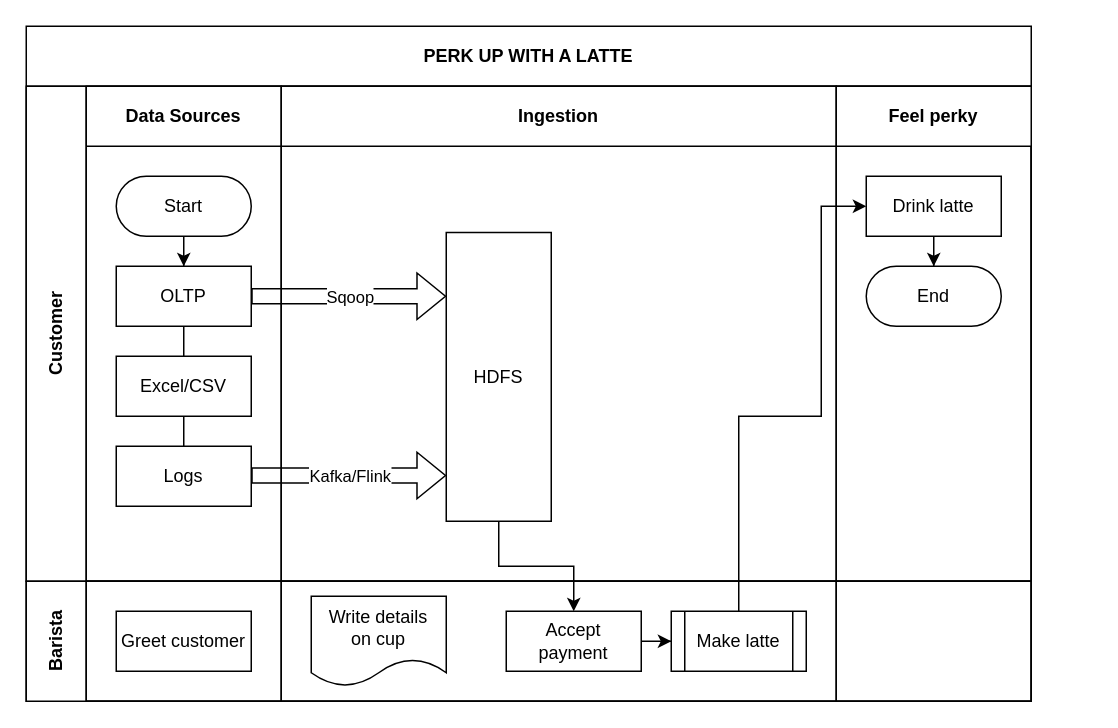
This is page "Page-1" (1 of 2) of Untitled Diagram.drawio from uyennt01/Project1, a draw.io file, before an edit. Source tidied: cells renumbered, new cells numbered last; positions are measured from the earlier drawing's top-left corner, leaving out a move shared by most shapes. Both pictures are drawn from the tidied source at 150%, with x=0, y=0 at pixel (26, 26).
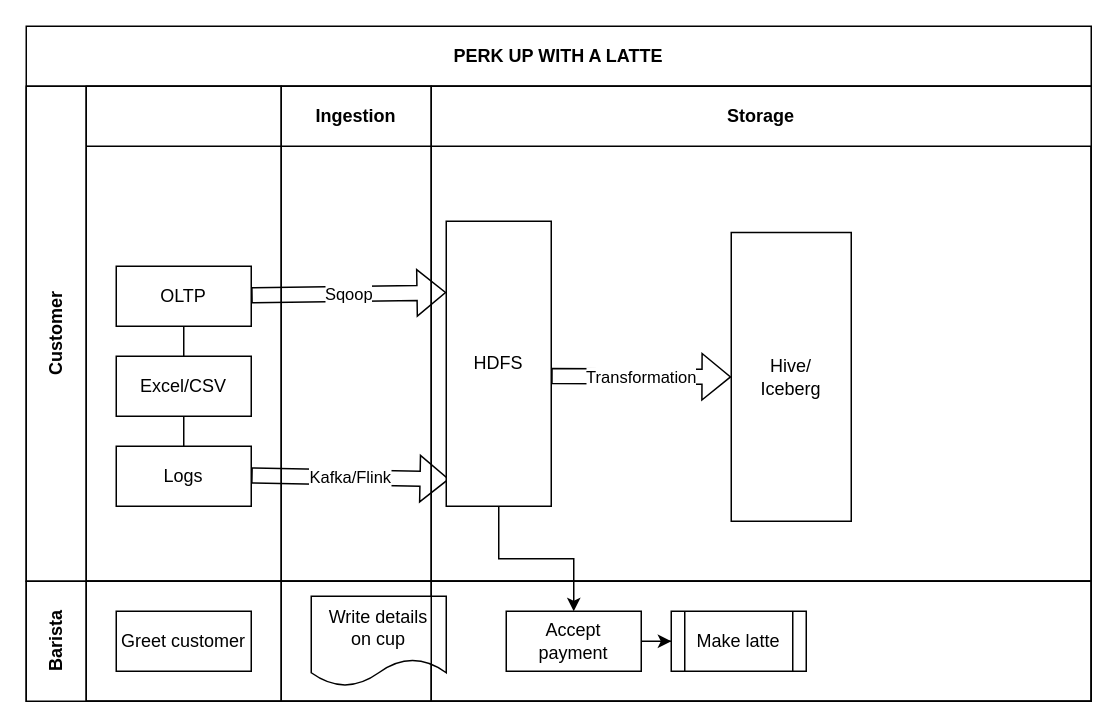
Above is the later version.

The change refers to these unchanged cells:
```xml
<mxCell id="7" value="OLTP" style="rounded=0;whiteSpace=wrap;html=1;" parent="4" vertex="1">
  <mxGeometry x="20" y="120" width="90" height="40" as="geometry" />
</mxCell>
<mxCell id="27" value="Make latte" style="shape=process;whiteSpace=wrap;html=1;backgroundOutline=1;" parent="23" vertex="1">
  <mxGeometry x="260" y="20" width="90" height="40" as="geometry" />
</mxCell>
```

Change to the diagram source:
```diff
@@
     <mxCell id="2" value="PERK UP WITH A LATTE" style="shape=table;childLayout=tableLayout;rowLines=0;columnLines=0;startSize=40;html=1;whiteSpace=wrap;fontStyle=1;" parent="1" vertex="1">
-      <mxGeometry width="670" height="450" as="geometry" />
+      <mxGeometry width="710" height="450" as="geometry" />
     </mxCell>
     <mxCell id="3" value="Customer" style="swimlane;horizontal=0;startSize=40;html=1;whiteSpace=wrap;" parent="2" vertex="1">
-      <mxGeometry y="40" width="670" height="330" as="geometry" />
+      <mxGeometry y="40" width="710" height="330" as="geometry" />
     </mxCell>
-    <mxCell id="4" value="Data Sources" style="swimlane;startSize=40;html=1;whiteSpace=wrap;" parent="3" vertex="1">
+    <mxCell id="4" style="swimlane;startSize=40;html=1;whiteSpace=wrap;" parent="3" vertex="1">
       <mxGeometry x="40" width="130" height="330" as="geometry" />
     </mxCell>
-    <mxCell id="5" style="edgeStyle=orthogonalEdgeStyle;rounded=0;jettySize=auto;html=1;" parent="4" edge="1" source="6" target="7">
-      <mxGeometry relative="1" as="geometry" />
-    </mxCell>
-    <mxCell id="6" value="Start" style="rounded=1;whiteSpace=wrap;html=1;arcSize=50;" parent="4" vertex="1">
-      <mxGeometry x="20" y="60" width="90" height="40" as="geometry" />
-    </mxCell>
@@
+    <mxCell id="33" style="endArrow=classic;html=1;rounded=0;strokeColor=default;strokeWidth=1;shape=flexArrow;entryX=0.029;entryY=0.905;entryDx=0;entryDy=0;entryPerimeter=0;" parent="4" edge="1" target="13">
+      <mxGeometry relative="1" as="geometry">
+        <mxPoint x="110" y="259.5" as="sourcePoint" />
+      </mxGeometry>
+    </mxCell>
+    <mxCell id="15" value="Kafka/Flink" style="edgeLabel;html=1;align=center;verticalAlign=middle;" parent="33" vertex="1">
+      <mxGeometry relative="1" as="geometry" />
+    </mxCell>
     <mxCell id="12" value="Ingestion" style="swimlane;startSize=40;html=1;whiteSpace=wrap;" parent="3" vertex="1">
-      <mxGeometry x="170" width="370" height="330" as="geometry" />
+      <mxGeometry x="170" width="100" height="330" as="geometry" />
     </mxCell>
+    <mxCell id="34" value="&lt;div&gt;Hive/&lt;/div&gt;&lt;div&gt;Iceberg&lt;/div&gt;" style="rounded=0;whiteSpace=wrap;html=1;" parent="12" vertex="1">
+      <mxGeometry x="300" y="97.5" width="80" height="192.5" as="geometry" />
+    </mxCell>
+    <mxCell id="35" style="endArrow=classic;html=1;rounded=0;strokeColor=default;strokeWidth=1;shape=flexArrow;entryX=0;entryY=0.5;entryDx=0;entryDy=0;" parent="12" edge="1" target="34">
+      <mxGeometry relative="1" as="geometry">
+        <mxPoint x="180" y="193.2" as="sourcePoint" />
+      </mxGeometry>
+    </mxCell>
+    <mxCell id="36" value="Transformation" style="edgeLabel;html=1;align=center;verticalAlign=middle;" parent="35" vertex="1">
+      <mxGeometry relative="1" as="geometry" />
+    </mxCell>
+    <mxCell id="16" value="Storage" style="swimlane;startSize=40;html=1;whiteSpace=wrap;" parent="3" vertex="1">
+      <mxGeometry x="270" width="440" height="330" as="geometry" />
+    </mxCell>
-    <mxCell id="13" value="HDFS" style="rounded=0;whiteSpace=wrap;html=1;" parent="12" vertex="1">
-      <mxGeometry x="110" y="97.5" width="70" height="192.5" as="geometry" />
+    <mxCell id="13" value="HDFS" style="rounded=0;whiteSpace=wrap;html=1;" parent="16" vertex="1">
+      <mxGeometry x="10" y="90" width="70" height="190" as="geometry" />
     </mxCell>
-    <mxCell id="14" style="endArrow=classic;html=1;rounded=0;strokeColor=default;strokeWidth=1;shape=flexArrow;" parent="12" edge="1">
-      <mxGeometry relative="1" as="geometry">
-        <mxPoint x="-20" y="259.5" as="sourcePoint" />
-        <mxPoint x="110" y="259.5" as="targetPoint" />
-      </mxGeometry>
-    </mxCell>
-    <mxCell id="15" value="Kafka/Flink" style="edgeLabel;html=1;align=center;verticalAlign=middle;" parent="14" vertex="1">
-      <mxGeometry relative="1" as="geometry" />
-    </mxCell>
-    <mxCell id="16" value="Feel perky" style="swimlane;startSize=40;html=1;whiteSpace=wrap;" parent="3" vertex="1">
-      <mxGeometry x="540" width="130" height="330" as="geometry" />
-    </mxCell>
-    <mxCell id="17" style="edgeStyle=orthogonalEdgeStyle;rounded=0;jettySize=auto;html=1;" parent="16" edge="1" source="18" target="19">
-      <mxGeometry relative="1" as="geometry" />
-    </mxCell>
-    <mxCell id="18" value="Drink latte" style="rounded=0;whiteSpace=wrap;html=1;" parent="16" vertex="1">
-      <mxGeometry x="20" y="60" width="90" height="40" as="geometry" />
-    </mxCell>
-    <mxCell id="19" value="End" style="rounded=1;whiteSpace=wrap;html=1;arcSize=50;" parent="16" vertex="1">
-      <mxGeometry x="20" y="120" width="90" height="40" as="geometry" />
-    </mxCell>
+    <mxCell id="31" style="endArrow=classic;html=1;rounded=0;strokeColor=default;strokeWidth=1;shape=flexArrow;entryX=0;entryY=0.25;entryDx=0;entryDy=0;" parent="3" edge="1" source="7" target="13">
+      <mxGeometry relative="1" as="geometry" />
+    </mxCell>
+    <mxCell id="32" value="Sqoop" style="edgeLabel;html=1;align=center;verticalAlign=middle;" parent="31" vertex="1">
+      <mxGeometry relative="1" as="geometry" />
+    </mxCell>
     <mxCell id="20" value="Barista" style="swimlane;horizontal=0;startSize=40;html=1;whiteSpace=wrap;" parent="2" vertex="1">
-      <mxGeometry y="370" width="670" height="80" as="geometry" />
+      <mxGeometry y="370" width="710" height="80" as="geometry" />
     </mxCell>
@@
     <mxCell id="23" style="swimlane;startSize=0;html=1;whiteSpace=wrap;" parent="20" vertex="1">
-      <mxGeometry x="170" width="370" height="80" as="geometry" />
+      <mxGeometry x="170" width="100" height="80" as="geometry" />
     </mxCell>
@@
     <mxCell id="28" style="swimlane;startSize=0;html=1;whiteSpace=wrap;" parent="20" vertex="1">
-      <mxGeometry x="540" width="130" height="80" as="geometry" />
+      <mxGeometry x="270" width="440" height="80" as="geometry" />
     </mxCell>
@@
-    <mxCell id="30" style="edgeStyle=orthogonalEdgeStyle;rounded=0;jettySize=auto;html=1;" parent="2" edge="1" source="27" target="18">
-      <mxGeometry relative="1" as="geometry">
-        <Array as="points">
-          <mxPoint x="530" y="260" />
-          <mxPoint x="530" y="120" />
-        </Array>
-      </mxGeometry>
-    </mxCell>
-    <mxCell id="31" style="endArrow=classic;html=1;rounded=0;strokeColor=default;strokeWidth=1;shape=flexArrow;" parent="1" edge="1" source="7">
-      <mxGeometry relative="1" as="geometry">
-        <mxPoint x="280" y="180" as="targetPoint" />
-      </mxGeometry>
-    </mxCell>
-    <mxCell id="32" value="Sqoop" style="edgeLabel;html=1;align=center;verticalAlign=middle;" parent="31" vertex="1">
-      <mxGeometry relative="1" as="geometry" />
-    </mxCell>
```
